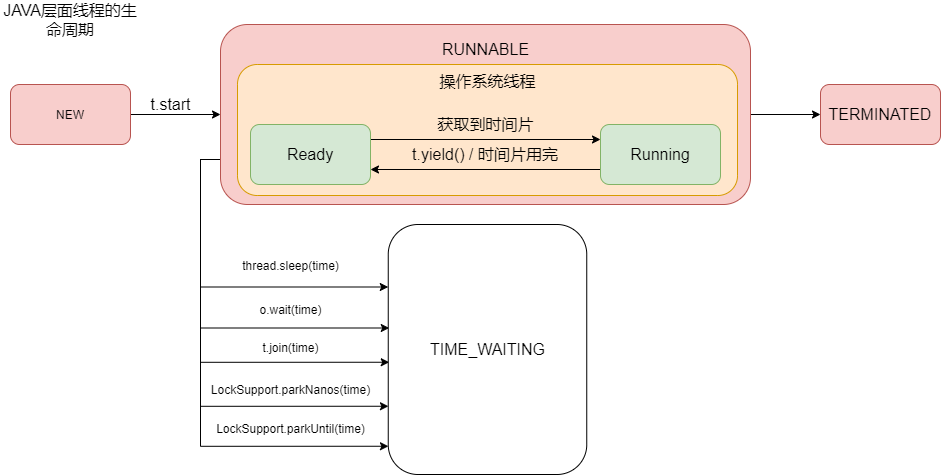
Above: 多线程与高并发/java_thread.png in LePeitiPrince/note-picture (draw.io), before the change. Source tidied: cells renumbered, new cells last; positions are measured from the earlier drawing's top-left corner, leaving out a move shared by most shapes.
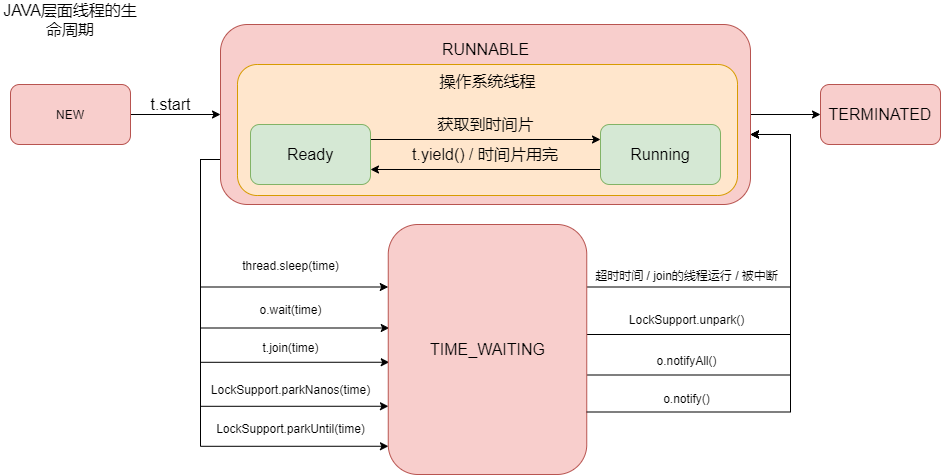
The same diagram one commit later.

The edit, as a diff of the source:
```diff
@@ -67,7 +67,35 @@
     <mxCell id="22" value="TERMINATED" style="rounded=1;whiteSpace=wrap;html=1;fontSize=16;strokeColor=#b85450;fillColor=#f8cecc;" parent="1" vertex="1">
       <mxGeometry x="820" y="80" width="120" height="60" as="geometry" />
     </mxCell>
+    <mxCell id="29" style="edgeStyle=orthogonalEdgeStyle;rounded=0;jettySize=auto;html=1;exitX=1;exitY=0.25;exitDx=0;exitDy=0;entryX=1;entryY=0.611;entryDx=0;entryDy=0;entryPerimeter=0;fontSize=12;" parent="1" edge="1" source="23" target="8">
+      <mxGeometry relative="1" as="geometry">
+        <Array as="points">
+          <mxPoint x="790" y="283" />
+          <mxPoint x="790" y="130" />
+        </Array>
+      </mxGeometry>
+    </mxCell>
+    <mxCell id="30" style="edgeStyle=orthogonalEdgeStyle;rounded=0;orthogonalLoop=1;jettySize=auto;html=1;fontSize=12;" parent="1" edge="1">
+      <mxGeometry relative="1" as="geometry">
+        <mxPoint x="586" y="330" as="sourcePoint" />
+        <mxPoint x="750" y="130" as="targetPoint" />
+        <Array as="points">
+          <mxPoint x="586" y="330" />
+          <mxPoint x="790" y="330" />
+          <mxPoint x="790" y="130" />
+        </Array>
+      </mxGeometry>
+    </mxCell>
+    <mxCell id="31" style="edgeStyle=orthogonalEdgeStyle;rounded=0;jettySize=auto;html=1;exitX=1.001;exitY=0.602;exitDx=0;exitDy=0;fontSize=12;exitPerimeter=0;" parent="1" edge="1" source="23">
+      <mxGeometry relative="1" as="geometry">
+        <mxPoint x="750" y="130" as="targetPoint" />
+        <Array as="points">
+          <mxPoint x="790" y="371" />
+          <mxPoint x="790" y="130" />
+        </Array>
+      </mxGeometry>
+    </mxCell>
-    <mxCell id="23" value="TIME_WAITING" style="rounded=1;whiteSpace=wrap;html=1;fontSize=16;strokeColor=#000000;fillColor=default;" parent="1" vertex="1">
+    <mxCell id="23" value="TIME_WAITING" style="rounded=1;whiteSpace=wrap;html=1;fontSize=16;strokeColor=#b85450;fillColor=#f8cecc;" parent="1" vertex="1">
       <mxGeometry x="387.8" y="220" width="198.5" height="250" as="geometry" />
     </mxCell>
     <mxCell id="24" value="&lt;font style=&quot;font-size: 12px&quot;&gt;thread.sleep(time)&lt;/font&gt;" style="text;html=1;align=center;verticalAlign=middle;strokeColor=none;fillColor=none;fontSize=16;" parent="1" vertex="1">
@@ -85,5 +113,26 @@
     <mxCell id="28" value="&lt;font style=&quot;font-size: 12px&quot;&gt;LockSupport.parkUntil(time)&lt;/font&gt;" style="text;html=1;align=center;verticalAlign=middle;strokeColor=none;fillColor=none;fontSize=16;" parent="1" vertex="1">
       <mxGeometry x="210" y="413" width="160" height="20" as="geometry" />
     </mxCell>
+    <mxCell id="32" value="&lt;span style=&quot;font-size: 12px&quot;&gt;超时时间 / join的线程运行 / 被中断&lt;/span&gt;" style="text;html=1;align=center;verticalAlign=middle;strokeColor=none;fillColor=none;fontSize=16;" parent="1" vertex="1">
+      <mxGeometry x="586.2" y="260" width="200" height="20" as="geometry" />
+    </mxCell>
+    <mxCell id="33" value="&lt;font style=&quot;font-size: 12px&quot;&gt;LockSupport.unpark()&lt;/font&gt;" style="text;html=1;align=center;verticalAlign=middle;strokeColor=none;fillColor=none;fontSize=16;" parent="1" vertex="1">
+      <mxGeometry x="621.2" y="304" width="130" height="20" as="geometry" />
+    </mxCell>
+    <mxCell id="34" value="&lt;font style=&quot;font-size: 12px&quot;&gt;o.notifyAll()&lt;/font&gt;" style="text;html=1;align=center;verticalAlign=middle;strokeColor=none;fillColor=none;fontSize=16;" parent="1" vertex="1">
+      <mxGeometry x="646.2" y="345" width="80" height="20" as="geometry" />
+    </mxCell>
+    <mxCell id="35" style="edgeStyle=orthogonalEdgeStyle;rounded=0;jettySize=auto;html=1;exitX=1;exitY=0.75;exitDx=0;exitDy=0;fontSize=12;" parent="1" edge="1" source="23">
+      <mxGeometry relative="1" as="geometry">
+        <mxPoint x="750" y="130" as="targetPoint" />
+        <Array as="points">
+          <mxPoint x="790" y="408" />
+          <mxPoint x="790" y="130" />
+        </Array>
+      </mxGeometry>
+    </mxCell>
+    <mxCell id="36" value="&lt;font style=&quot;font-size: 12px&quot;&gt;o.notify()&lt;/font&gt;" style="text;html=1;align=center;verticalAlign=middle;strokeColor=none;fillColor=none;fontSize=16;" parent="1" vertex="1">
+      <mxGeometry x="656.2" y="383" width="60" height="20" as="geometry" />
+    </mxCell>
   </root>
 </mxGraphModel>
```
